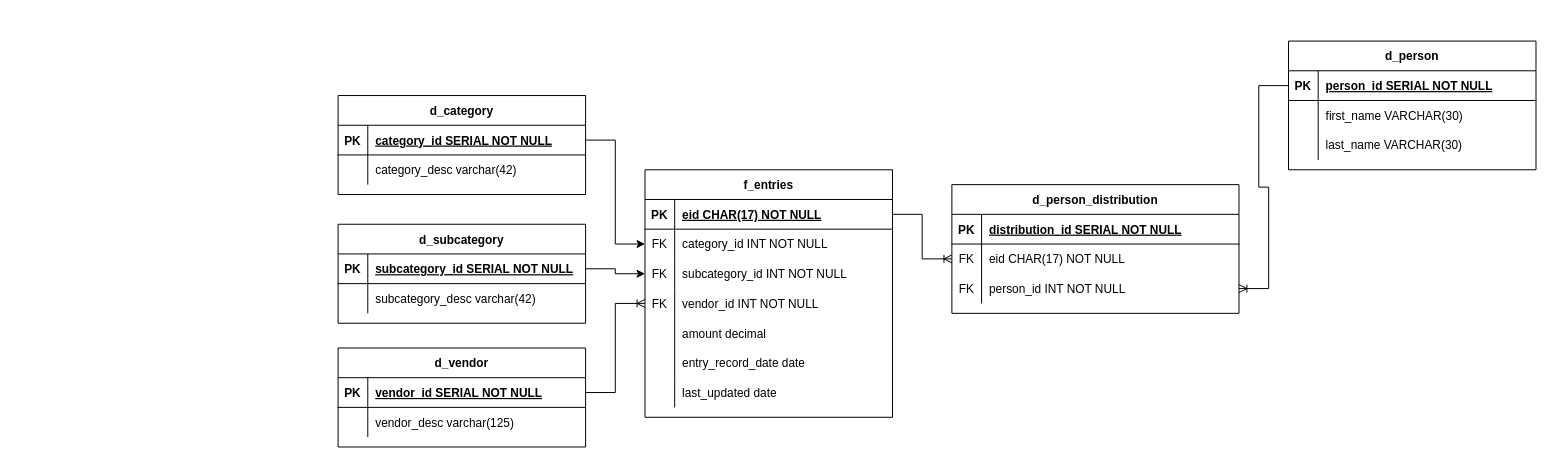
The draw.io diagram diagram/finance_star_schema.drawio in fatteryacid/penny, before the edit. Source tidied: cells renumbered, new cells numbered last; positions are measured from the earlier drawing's top-left corner, leaving out a move shared by most shapes. Both pictures are drawn from the tidied source at 99%, with x=0, y=0 at pixel (338, 41).
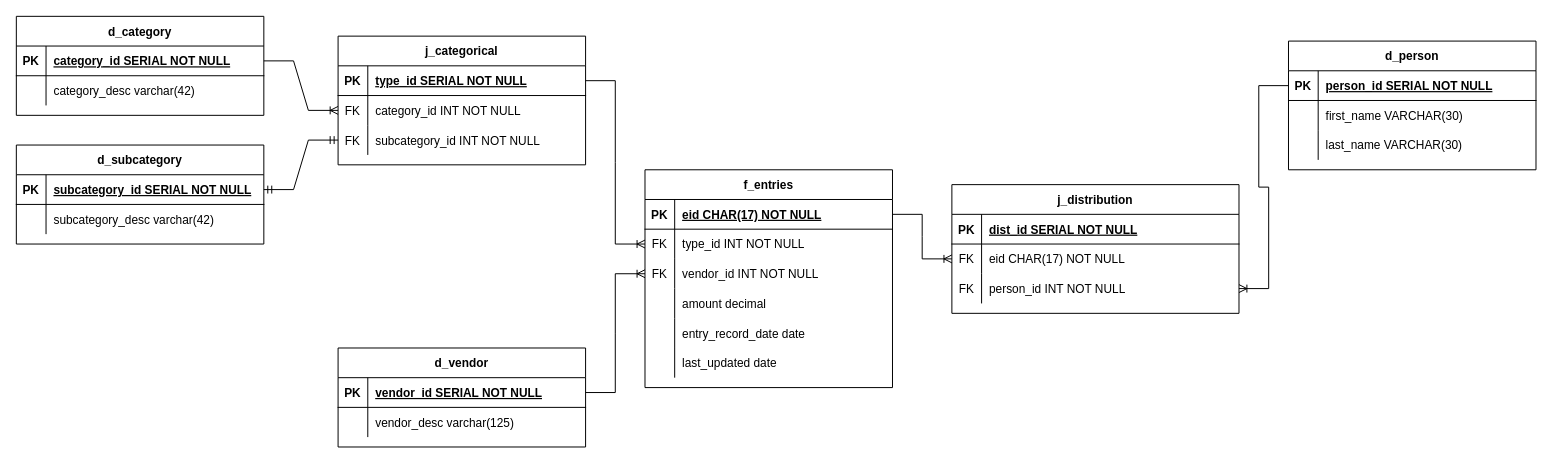
The same page after the edit.

Commit message:
Revised for join table between category, subcategory, and fact relations

Renamed d_distribution to j_distribution.

Renamed distribution_id to dist_id in j_distribution.

The change refers to these unchanged cells:
```xml
<mxCell id="13" style="shape=partialRectangle;fillColor=none;points=[[0,0.5],[1,0.5]];portConstraint=eastwest;top=0;left=0;right=0;bottom=1;" parent="12" vertex="1">
  <mxGeometry y="30" width="250" height="30" as="geometry" />
</mxCell>
<mxCell id="20" style="shape=partialRectangle;fillColor=none;points=[[0,0.5],[1,0.5]];portConstraint=eastwest;top=0;left=0;right=0;bottom=1;" parent="19" vertex="1">
  <mxGeometry y="30" width="250" height="30" as="geometry" />
</mxCell>
<mxCell id="42" style="shape=partialRectangle;fillColor=none;points=[[0,0.5],[1,0.5]];portConstraint=eastwest;top=0;left=0;right=0;bottom=1;" parent="41" vertex="1">
  <mxGeometry y="30" width="250" height="30" as="geometry" />
</mxCell>
<mxCell id="56" style="shape=partialRectangle;fillColor=none;top=0;left=0;right=0;bottom=1;" parent="55" vertex="1">
  <mxGeometry y="30" width="290" height="30" as="geometry" />
</mxCell>
<mxCell id="59" style="shape=partialRectangle;fillColor=none;points=[[0,0.5],[1,0.5]];portConstraint=eastwest;top=0;left=0;right=0;bottom=0;" parent="55" vertex="1">
  <mxGeometry y="60" width="290" height="30" as="geometry" />
</mxCell>
```

What changed in the source:
```diff
@@
     <mxCell id="12" value="d_category" style="shape=table;startSize=30;childLayout=tableLayout;rowLines=0;fontStyle=1;align=center;" parent="1" vertex="1">
-      <mxGeometry y="55" width="250" height="100" as="geometry" />
+      <mxGeometry x="-325" y="-25" width="250" height="100" as="geometry" />
     </mxCell>
@@
     <mxCell id="19" value="f_entries" style="shape=table;startSize=30;childLayout=tableLayout;rowLines=0;fontStyle=1;align=center;" parent="1" vertex="1">
-      <mxGeometry x="310" y="130" width="250" height="250" as="geometry" />
+      <mxGeometry x="310" y="130" width="250" height="220" as="geometry" />
     </mxCell>
@@
-    <mxCell id="23" style="shape=partialRectangle;fillColor=none;points=[[0,0.5],[1,0.5]];portConstraint=eastwest;top=0;left=0;right=0;bottom=0;" parent="19" vertex="1">
-      <mxGeometry y="60" width="250" height="30" as="geometry" />
-    </mxCell>
-    <mxCell id="24" value="FK" style="shape=partialRectangle;overflow=hidden;fillColor=none;top=0;left=0;bottom=0;right=0;" parent="23" vertex="1">
-      <mxGeometry width="30" height="30" as="geometry" />
-    </mxCell>
-    <mxCell id="25" value="category_id INT NOT NULL" style="shape=partialRectangle;overflow=hidden;fillColor=none;top=0;left=0;bottom=0;right=0;align=left;spacingLeft=6;" parent="23" vertex="1">
-      <mxGeometry x="30" width="220" height="30" as="geometry" />
-    </mxCell>
     <mxCell id="26" style="shape=partialRectangle;fillColor=none;points=[[0,0.5],[1,0.5]];portConstraint=eastwest;top=0;left=0;right=0;bottom=0;" parent="19" vertex="1">
-      <mxGeometry y="90" width="250" height="30" as="geometry" />
+      <mxGeometry y="60" width="250" height="30" as="geometry" />
     </mxCell>
@@
-    <mxCell id="28" value="subcategory_id INT NOT NULL" style="shape=partialRectangle;overflow=hidden;fillColor=none;top=0;left=0;bottom=0;right=0;align=left;spacingLeft=6;" parent="26" vertex="1">
+    <mxCell id="28" value="type_id INT NOT NULL" style="shape=partialRectangle;overflow=hidden;fillColor=none;top=0;left=0;bottom=0;right=0;align=left;spacingLeft=6;" parent="26" vertex="1">
       <mxGeometry x="30" width="220" height="30" as="geometry" />
     </mxCell>
     <mxCell id="29" style="shape=partialRectangle;fillColor=none;points=[[0,0.5],[1,0.5]];portConstraint=eastwest;top=0;left=0;right=0;bottom=0;" parent="19" vertex="1">
-      <mxGeometry y="120" width="250" height="30" as="geometry" />
+      <mxGeometry y="90" width="250" height="30" as="geometry" />
     </mxCell>
@@
     <mxCell id="32" style="shape=partialRectangle;fillColor=none;top=0;left=0;right=0;bottom=0;" parent="19" vertex="1">
-      <mxGeometry y="150" width="250" height="30" as="geometry" />
+      <mxGeometry y="120" width="250" height="30" as="geometry" />
     </mxCell>
@@
     <mxCell id="35" style="shape=partialRectangle;fillColor=none;top=0;left=0;right=0;bottom=0;" parent="19" vertex="1">
-      <mxGeometry y="180" width="250" height="30" as="geometry" />
+      <mxGeometry y="150" width="250" height="30" as="geometry" />
     </mxCell>
@@
     <mxCell id="38" style="shape=partialRectangle;fillColor=none;top=0;left=0;right=0;bottom=0;" parent="19" vertex="1">
-      <mxGeometry y="210" width="250" height="30" as="geometry" />
+      <mxGeometry y="180" width="250" height="30" as="geometry" />
     </mxCell>
@@
     <mxCell id="41" value="d_subcategory" style="shape=table;startSize=30;childLayout=tableLayout;rowLines=0;fontStyle=1;align=center;" parent="1" vertex="1">
-      <mxGeometry y="185" width="250" height="100" as="geometry" />
+      <mxGeometry x="-325" y="105" width="250" height="100" as="geometry" />
     </mxCell>
@@
-    <mxCell id="55" value="d_person_distribution" style="shape=table;startSize=30;childLayout=tableLayout;rowLines=0;fontStyle=1;align=center;" parent="1" vertex="1">
+    <mxCell id="55" value="j_distribution" style="shape=table;startSize=30;childLayout=tableLayout;rowLines=0;fontStyle=1;align=center;" parent="1" vertex="1">
       <mxGeometry x="620" y="145" width="290" height="130" as="geometry" />
     </mxCell>
@@
-    <mxCell id="58" value="distribution_id SERIAL NOT NULL" style="shape=partialRectangle;overflow=hidden;fillColor=none;top=0;left=0;bottom=0;right=0;align=left;spacingLeft=6;fontStyle=5;" parent="56" vertex="1">
+    <mxCell id="58" value="dist_id SERIAL NOT NULL" style="shape=partialRectangle;overflow=hidden;fillColor=none;top=0;left=0;bottom=0;right=0;align=left;spacingLeft=6;fontStyle=5;" parent="56" vertex="1">
       <mxGeometry x="30" width="260" height="30" as="geometry" />
     </mxCell>
@@
+    <mxCell id="69" style="edgeStyle=entityRelationEdgeStyle;fontSize=12;html=1;endArrow=ERoneToMany;rounded=0;" parent="1" edge="1" source="20" target="59">
+      <mxGeometry relative="1" as="geometry" />
+    </mxCell>
+    <mxCell id="70" value="j_categorical" style="shape=table;startSize=30;childLayout=tableLayout;rowLines=0;fontStyle=1;align=center;" parent="1" vertex="1">
+      <mxGeometry y="-5" width="250" height="130" as="geometry" />
+    </mxCell>
+    <mxCell id="71" style="shape=partialRectangle;fillColor=none;points=[[0,0.5],[1,0.5]];portConstraint=eastwest;top=0;left=0;right=0;bottom=1;" parent="70" vertex="1">
+      <mxGeometry y="30" width="250" height="30" as="geometry" />
+    </mxCell>
+    <mxCell id="72" value="PK" style="shape=partialRectangle;overflow=hidden;fillColor=none;top=0;left=0;bottom=0;right=0;fontStyle=1;" parent="71" vertex="1">
+      <mxGeometry width="30" height="30" as="geometry" />
+    </mxCell>
+    <mxCell id="73" value="type_id SERIAL NOT NULL" style="shape=partialRectangle;overflow=hidden;fillColor=none;top=0;left=0;bottom=0;right=0;align=left;spacingLeft=6;fontStyle=5;" parent="71" vertex="1">
+      <mxGeometry x="30" width="220" height="30" as="geometry" />
+    </mxCell>
+    <mxCell id="23" style="shape=partialRectangle;fillColor=none;points=[[0,0.5],[1,0.5]];portConstraint=eastwest;top=0;left=0;right=0;bottom=0;" parent="70" vertex="1">
+      <mxGeometry y="60" width="250" height="30" as="geometry" />
+    </mxCell>
+    <mxCell id="74" value="FK" style="shape=partialRectangle;overflow=hidden;fillColor=none;top=0;left=0;bottom=0;right=0;" parent="23" vertex="1">
+      <mxGeometry width="30" height="30" as="geometry" />
+    </mxCell>
+    <mxCell id="25" value="category_id INT NOT NULL" style="shape=partialRectangle;overflow=hidden;fillColor=none;top=0;left=0;bottom=0;right=0;align=left;spacingLeft=6;" parent="23" vertex="1">
+      <mxGeometry x="30" width="220" height="30" as="geometry" />
+    </mxCell>
+    <mxCell id="75" style="shape=partialRectangle;fillColor=none;points=[[0,0.5],[1,0.5]];portConstraint=eastwest;top=0;left=0;right=0;bottom=0;" parent="70" vertex="1">
+      <mxGeometry y="90" width="250" height="30" as="geometry" />
+    </mxCell>
+    <mxCell id="76" value="FK" style="shape=partialRectangle;overflow=hidden;fillColor=none;top=0;left=0;bottom=0;right=0;" parent="75" vertex="1">
+      <mxGeometry width="30" height="30" as="geometry" />
+    </mxCell>
+    <mxCell id="77" value="subcategory_id INT NOT NULL" style="shape=partialRectangle;overflow=hidden;fillColor=none;top=0;left=0;bottom=0;right=0;align=left;spacingLeft=6;" parent="75" vertex="1">
+      <mxGeometry x="30" width="220" height="30" as="geometry" />
+    </mxCell>
-    <mxCell id="67" style="edgeStyle=orthogonalEdgeStyle;rounded=0;jettySize=auto;html=1;entryX=0;entryY=0.5;entryDx=0;entryDy=0;" parent="1" edge="1" source="13" target="23">
+    <mxCell id="67" style="edgeStyle=entityRelationEdgeStyle;fontSize=12;html=1;endArrow=ERoneToMany;rounded=0;exitX=1;exitY=0.5;exitDx=0;exitDy=0;entryX=0;entryY=0.5;entryDx=0;entryDy=0;" parent="1" edge="1" source="13" target="23">
       <mxGeometry relative="1" as="geometry" />
     </mxCell>
-    <mxCell id="68" style="edgeStyle=orthogonalEdgeStyle;rounded=0;jettySize=auto;html=1;entryX=0;entryY=0.5;entryDx=0;entryDy=0;" parent="1" edge="1" source="42" target="26">
-      <mxGeometry relative="1" as="geometry" />
-    </mxCell>
-    <mxCell id="69" style="edgeStyle=entityRelationEdgeStyle;fontSize=12;html=1;endArrow=ERoneToMany;rounded=0;" parent="1" edge="1" source="20" target="59">
-      <mxGeometry relative="1" as="geometry" />
-    </mxCell>
+    <mxCell id="78" style="edgeStyle=entityRelationEdgeStyle;fontSize=12;html=1;endArrow=ERmandOne;startArrow=ERmandOne;rounded=0;" parent="1" edge="1" source="42" target="75">
+      <mxGeometry relative="1" as="geometry" />
+    </mxCell>
+    <mxCell id="79" style="edgeStyle=entityRelationEdgeStyle;fontSize=12;html=1;endArrow=ERoneToMany;rounded=0;entryX=0;entryY=0.5;entryDx=0;entryDy=0;" parent="1" edge="1" source="71" target="26">
+      <mxGeometry relative="1" as="geometry" />
+    </mxCell>
```
